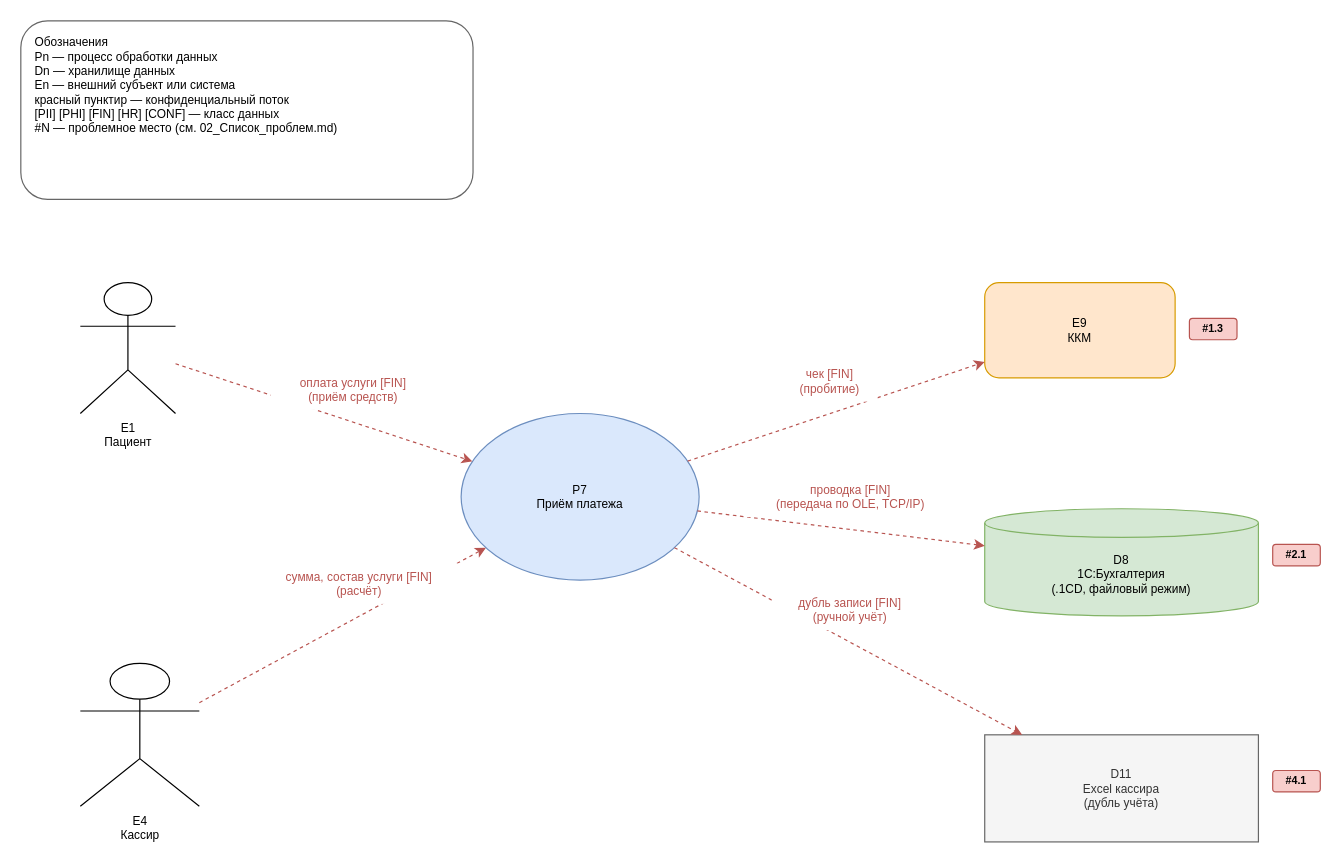
Earlier version of the draw.io diagram Task1/DFD_AS-IS/DFD_5_Оплата услуг.drawio (IlyaLivingstone/architecture-medikamente). Source tidied: cells renumbered, new cells numbered last; positions are measured from the earlier drawing's top-left corner, leaving out a move shared by most shapes. Both pictures are drawn from the tidied source at 119%, with x=0, y=0 at pixel (20, 20).
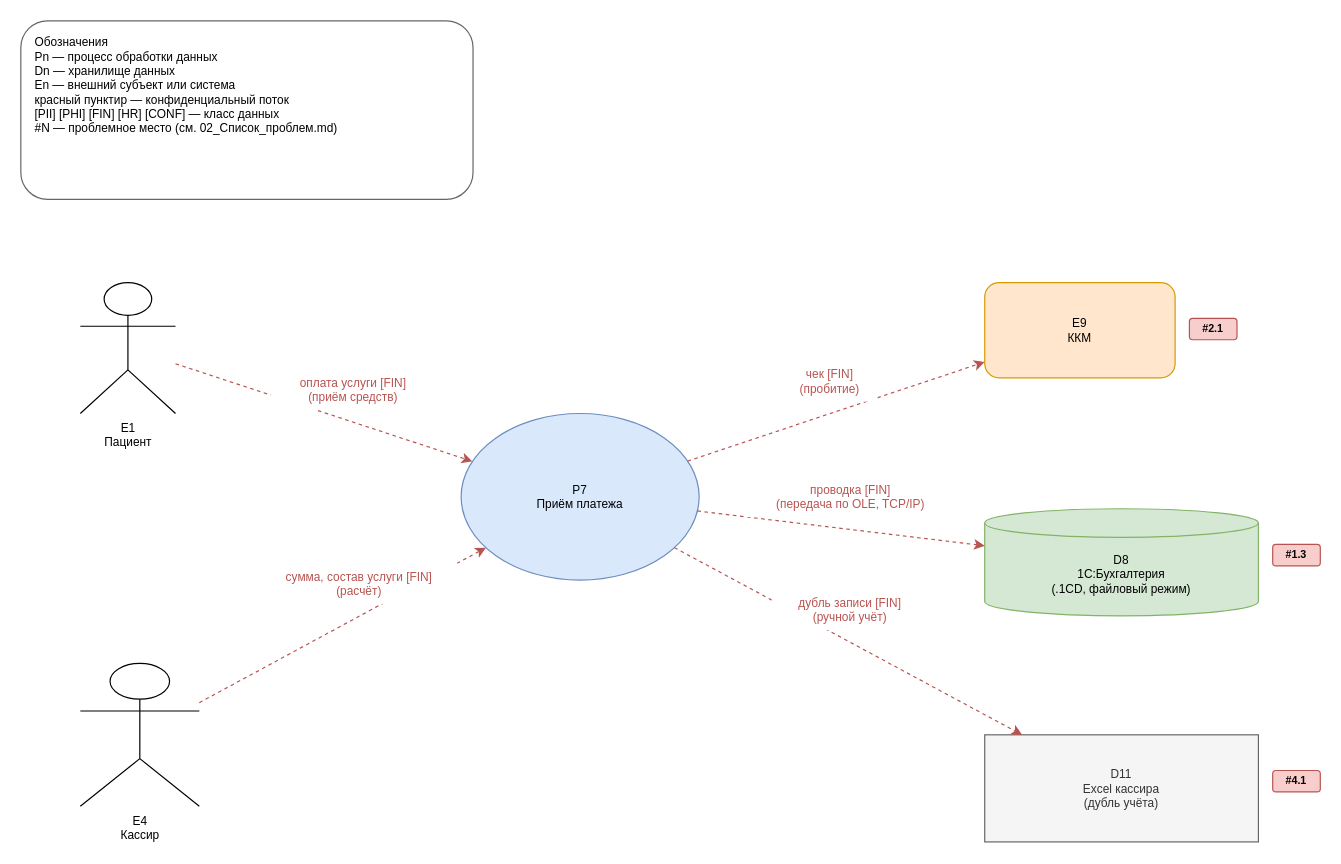
The same diagram, later.

The edit, as a diff of the source:
```diff
@@
-    <mxCell id="18" value="#2.1" style="rounded=1;whiteSpace=wrap;html=1;fontSize=9;fontStyle=1;fillColor=#f8cecc;strokeColor=#b85450;" parent="1" vertex="1">
+    <mxCell id="18" value="#1.3" style="rounded=1;whiteSpace=wrap;html=1;fontSize=9;fontStyle=1;fillColor=#f8cecc;strokeColor=#b85450;" parent="1" vertex="1">
       <mxGeometry x="1052" y="440" width="40" height="18" as="geometry" />
     </mxCell>
@@
-    <mxCell id="20" value="#1.3" style="rounded=1;whiteSpace=wrap;html=1;fontSize=9;fontStyle=1;fillColor=#f8cecc;strokeColor=#b85450;" parent="1" vertex="1">
+    <mxCell id="20" value="#2.1" style="rounded=1;whiteSpace=wrap;html=1;fontSize=9;fontStyle=1;fillColor=#f8cecc;strokeColor=#b85450;" parent="1" vertex="1">
       <mxGeometry x="982" y="250" width="40" height="18" as="geometry" />
     </mxCell>
```
